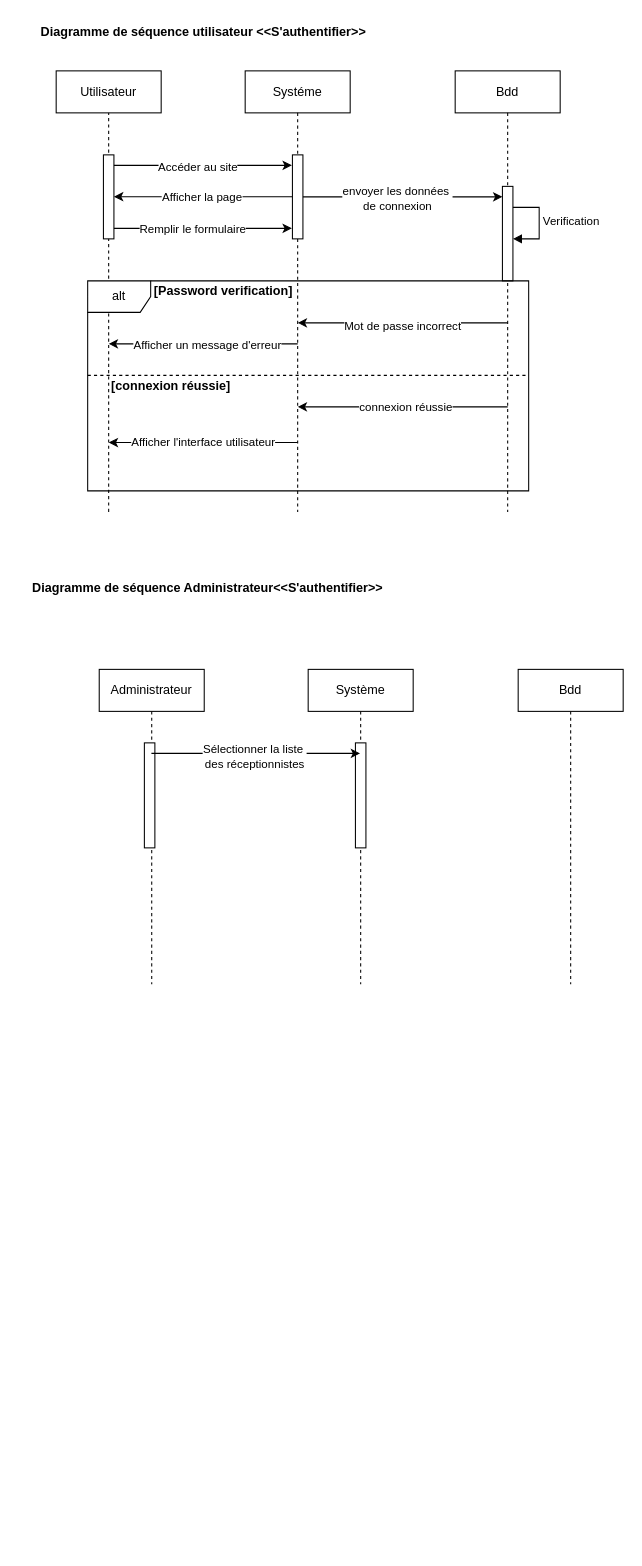
The draw.io diagram Untitled Diagram.drawio in islamhamdaoui/Radiology-system-diagrams, before the edit. Source tidied: cells renumbered, new cells numbered last; positions are measured from the earlier drawing's top-left corner, leaving out a move shared by most shapes. Both pictures are drawn from the tidied source at 105%, with x=0, y=0 at pixel (56, 18).
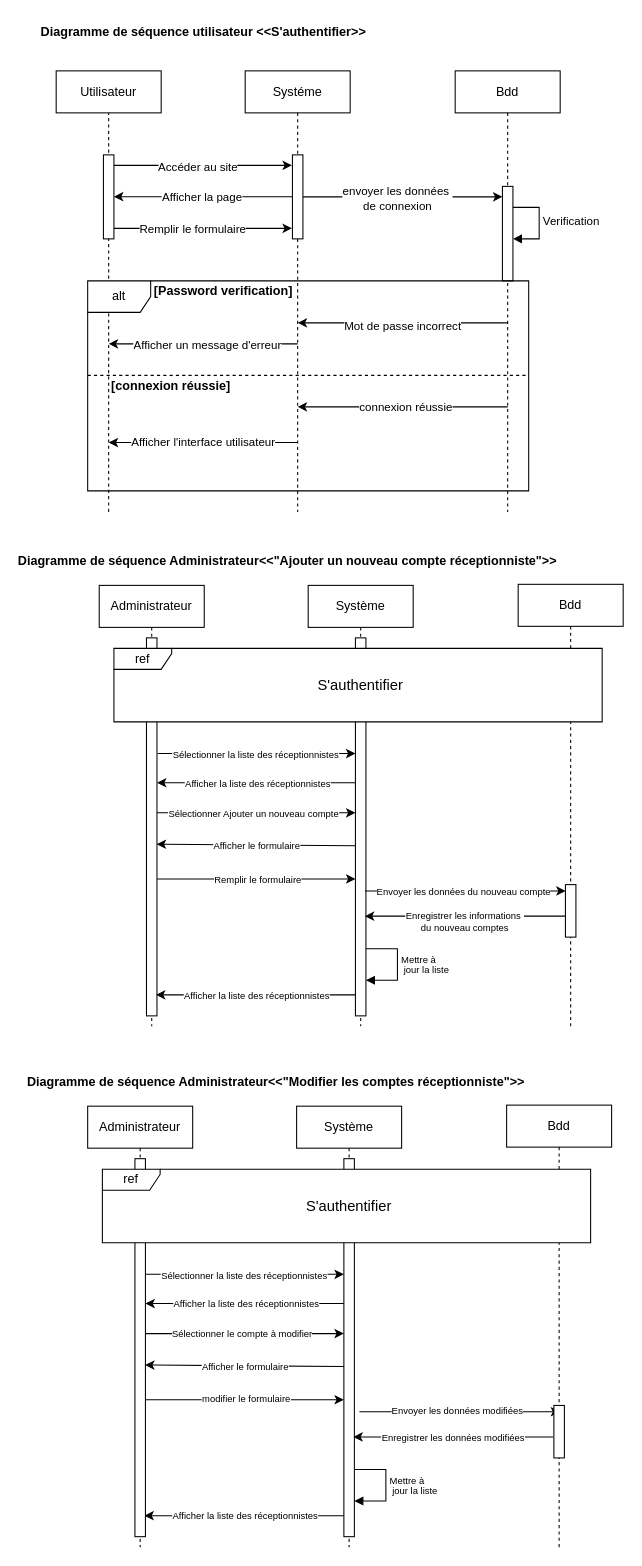
Above is the later version.

Change to the diagram source:
```diff
@@
-    <mxCell id="35" value="Diagramme de séquence Administrateur&amp;lt;&amp;lt;S'authentifier&amp;gt;&amp;gt;" style="text;align=center;fontStyle=1;verticalAlign=middle;spacingLeft=3;spacingRight=3;strokeColor=none;html=1;" parent="1" vertex="1">
-      <mxGeometry x="104" y="530" width="80" height="26" as="geometry" />
+    <mxCell id="35" value="Diagramme de séquence Administrateur&amp;lt;&amp;lt;&lt;span style=&quot;background-color: initial;&quot;&gt;&quot;Ajouter un nouveau compte réceptionniste&quot;&lt;/span&gt;&lt;span style=&quot;background-color: initial;&quot;&gt;&amp;gt;&amp;gt;&lt;/span&gt;" style="text;align=center;fontStyle=1;verticalAlign=middle;spacingLeft=3;spacingRight=3;strokeColor=none;html=1;" parent="1" vertex="1">
+      <mxGeometry x="180" y="504" width="80" height="26" as="geometry" />
     </mxCell>
     <mxCell id="36" value="Administrateur " style="shape=umlLifeline;perimeter=lifelinePerimeter;whiteSpace=wrap;html=1;newEdgeStyle={&quot;curved&quot;:0,&quot;rounded&quot;:0};" parent="1" vertex="1">
-      <mxGeometry x="41" y="620" width="100" height="300" as="geometry" />
+      <mxGeometry x="41" y="540" width="100" height="420" as="geometry" />
     </mxCell>
     <mxCell id="37" style="html=1;points=[[0,0,0,0,5],[0,1,0,0,-5],[1,0,0,0,5],[1,1,0,0,-5]];perimeter=orthogonalPerimeter;outlineConnect=0;targetShapes=umlLifeline;portConstraint=eastwest;newEdgeStyle={&quot;curved&quot;:0,&quot;rounded&quot;:0};" parent="36" vertex="1">
-      <mxGeometry x="43" y="70" width="10" height="100" as="geometry" />
+      <mxGeometry x="45" y="50" width="10" height="360" as="geometry" />
     </mxCell>
     <mxCell id="38" value="Bdd" style="shape=umlLifeline;perimeter=lifelinePerimeter;whiteSpace=wrap;html=1;newEdgeStyle={&quot;curved&quot;:0,&quot;rounded&quot;:0};" parent="1" vertex="1">
-      <mxGeometry x="440" y="620" width="100" height="300" as="geometry" />
+      <mxGeometry x="440" y="539" width="100" height="421" as="geometry" />
     </mxCell>
+    <mxCell id="43" style="html=1;perimeter=orthogonalPerimeter;targetShapes=umlLifeline;newEdgeStyle={&quot;curved&quot;:0,&quot;rounded&quot;:0};" parent="38" vertex="1">
+      <mxGeometry x="45" y="286" width="10" height="50" as="geometry" />
+    </mxCell>
     <mxCell id="39" value="Système  " style="shape=umlLifeline;perimeter=lifelinePerimeter;whiteSpace=wrap;html=1;newEdgeStyle={&quot;curved&quot;:0,&quot;rounded&quot;:0};" parent="1" vertex="1">
-      <mxGeometry x="240" y="620" width="100" height="300" as="geometry" />
+      <mxGeometry x="240" y="540" width="100" height="420" as="geometry" />
     </mxCell>
     <mxCell id="40" style="html=1;points=[[0,0,0,0,5],[0,1,0,0,-5],[1,0,0,0,5],[1,1,0,0,-5]];perimeter=orthogonalPerimeter;outlineConnect=0;targetShapes=umlLifeline;portConstraint=eastwest;newEdgeStyle={&quot;curved&quot;:0,&quot;rounded&quot;:0};" parent="39" vertex="1">
-      <mxGeometry x="45" y="70" width="10" height="100" as="geometry" />
+      <mxGeometry x="45" y="50" width="10" height="360" as="geometry" />
     </mxCell>
-    <mxCell id="41" style="endArrow=classic;html=1;rounded=0;" parent="1" edge="1">
-      <mxGeometry relative="1" as="geometry">
-        <mxPoint x="90.7" y="700" as="sourcePoint" />
-        <mxPoint x="289.5" y="700" as="targetPoint" />
-      </mxGeometry>
+    <mxCell id="41" style="endArrow=classic;html=1;rounded=0;exitX=1.062;exitY=0.306;exitDx=0;exitDy=0;exitPerimeter=0;" parent="1" edge="1" source="37" target="40">
+      <mxGeometry relative="1" as="geometry" />
     </mxCell>
-    <mxCell id="42" value="Sélectionner la liste&amp;nbsp;&lt;div&gt;des réceptionnistes&lt;/div&gt;" style="edgeLabel;html=1;align=center;verticalAlign=middle;" parent="41" vertex="1">
-      <mxGeometry x="-0.01" y="-2" relative="1" as="geometry" />
+    <mxCell id="42" value="&lt;font style=&quot;font-size: 9px;&quot;&gt;Sélectionner la liste&amp;nbsp;&lt;/font&gt;&lt;span style=&quot;font-size: 9px;&quot;&gt;des réceptionnistes&lt;/span&gt;" style="edgeLabel;html=1;align=center;verticalAlign=middle;" parent="41" vertex="1">
+      <mxGeometry x="-0.01" y="-2" relative="1" as="geometry">
+        <mxPoint y="-2" as="offset" />
+      </mxGeometry>
     </mxCell>
+    <mxCell id="44" style="endArrow=classic;html=1;rounded=0;" parent="1" edge="1" source="40">
+      <mxGeometry relative="1" as="geometry">
+        <mxPoint x="96" y="728" as="targetPoint" />
+      </mxGeometry>
+    </mxCell>
+    <mxCell id="45" value="&lt;font style=&quot;font-size: 9px;&quot;&gt;Afficher la liste&amp;nbsp;&lt;/font&gt;&lt;span style=&quot;font-size: 9px;&quot;&gt;des réceptionnistes&lt;/span&gt;" style="edgeLabel;html=1;align=center;verticalAlign=middle;" parent="44" vertex="1">
+      <mxGeometry x="0.08" y="1" relative="1" as="geometry">
+        <mxPoint x="8" y="-1" as="offset" />
+      </mxGeometry>
+    </mxCell>
+    <mxCell id="46" style="endArrow=classic;html=1;rounded=0;" parent="1" edge="1" source="37">
+      <mxGeometry relative="1" as="geometry">
+        <mxPoint x="285" y="756.6" as="targetPoint" />
+      </mxGeometry>
+    </mxCell>
+    <mxCell id="47" value="&lt;p style=&quot;margin-bottom: 0px; margin-top: 0px;&quot;&gt;&lt;font style=&quot;font-size: 9px;&quot;&gt;&lt;font style=&quot;&quot;&gt;Sélectionner Ajouter&lt;/font&gt;&amp;nbsp;un nouveau compte&lt;/font&gt;&lt;/p&gt;" style="edgeLabel;html=1;align=center;verticalAlign=middle;shadow=1;labelBackgroundColor=default;" parent="46" vertex="1">
+      <mxGeometry x="-0.11" relative="1" as="geometry">
+        <mxPoint x="7" as="offset" />
+      </mxGeometry>
+    </mxCell>
+    <mxCell id="48" style="endArrow=classic;html=1;rounded=0;entryX=0.537;entryY=0.587;entryDx=0;entryDy=0;entryPerimeter=0;" parent="1" edge="1">
+      <mxGeometry relative="1" as="geometry">
+        <mxPoint x="285.5" y="788" as="sourcePoint" />
+        <mxPoint x="95.7" y="786.5" as="targetPoint" />
+      </mxGeometry>
+    </mxCell>
+    <mxCell id="49" value="&lt;p&gt;&lt;font style=&quot;font-size: 9px;&quot;&gt;Afficher le formulaire&lt;/font&gt;&lt;/p&gt;" style="edgeLabel;html=1;align=center;verticalAlign=middle;" parent="48" vertex="1">
+      <mxGeometry x="0.08" y="1" relative="1" as="geometry">
+        <mxPoint x="7" y="-1" as="offset" />
+      </mxGeometry>
+    </mxCell>
+    <mxCell id="50" style="endArrow=classic;html=1;rounded=0;" parent="1" edge="1" source="37">
+      <mxGeometry relative="1" as="geometry">
+        <mxPoint x="285" y="819.6" as="targetPoint" />
+      </mxGeometry>
+    </mxCell>
+    <mxCell id="51" value="&lt;p&gt;&lt;font style=&quot;font-size: 9px;&quot;&gt;Remplir le formulaire&lt;/font&gt;&lt;/p&gt;" style="edgeLabel;html=1;align=center;verticalAlign=middle;shadow=1;" parent="50" vertex="1">
+      <mxGeometry x="-0.11" relative="1" as="geometry">
+        <mxPoint x="11" as="offset" />
+      </mxGeometry>
+    </mxCell>
+    <mxCell id="52" style="endArrow=classic;html=1;rounded=0;exitX=0.528;exitY=0.512;exitDx=0;exitDy=0;exitPerimeter=0;" parent="1" edge="1">
+      <mxGeometry relative="1" as="geometry">
+        <mxPoint x="294" y="831" as="sourcePoint" />
+        <mxPoint x="485.2" y="831" as="targetPoint" />
+      </mxGeometry>
+    </mxCell>
+    <mxCell id="53" value="&lt;p style=&quot;margin-bottom: 0px; margin-top: 0px;&quot;&gt;&lt;font&gt;&lt;font&gt;Envoyer les données&lt;/font&gt;&lt;/font&gt;&lt;span&gt;&amp;nbsp;du nouveau compte&lt;/span&gt;&lt;/p&gt;" style="edgeLabel;html=1;align=center;verticalAlign=middle;shadow=1;labelBackgroundColor=default;textShadow=0;spacing=0;fontSize=9;" parent="52" vertex="1">
+      <mxGeometry x="-0.11" relative="1" as="geometry">
+        <mxPoint x="8" as="offset" />
+      </mxGeometry>
+    </mxCell>
+    <mxCell id="54" style="endArrow=classic;html=1;rounded=0;" parent="1" edge="1">
+      <mxGeometry relative="1" as="geometry">
+        <mxPoint x="484.5" y="855" as="sourcePoint" />
+        <mxPoint x="294" y="855" as="targetPoint" />
+      </mxGeometry>
+    </mxCell>
+    <mxCell id="55" value="&lt;p style=&quot;line-height: 0%;&quot;&gt;&lt;font style=&quot;font-size: 9px;&quot;&gt;Enregistrer les informations&amp;nbsp;&lt;/font&gt;&lt;/p&gt;&lt;p style=&quot;margin-bottom: 0px; margin-top: 0px; line-height: 0%;&quot;&gt;&lt;font style=&quot;font-size: 9px;&quot;&gt;du nouveau comptes&lt;/font&gt;&lt;/p&gt;" style="edgeLabel;html=1;align=center;verticalAlign=middle;" parent="54" vertex="1">
+      <mxGeometry x="0.08" y="1" relative="1" as="geometry">
+        <mxPoint x="7" y="-1" as="offset" />
+      </mxGeometry>
+    </mxCell>
+    <mxCell id="56" value="ref" style="shape=umlFrame;whiteSpace=wrap;html=1;width=55;height=20;labelBackgroundColor=none;gradientColor=none;swimlaneFillColor=default;" parent="1" vertex="1">
+      <mxGeometry x="55" y="600" width="465" height="70" as="geometry" />
+    </mxCell>
+    <mxCell id="57" value="&lt;font style=&quot;font-size: 14px;&quot;&gt;S'authentifier&lt;/font&gt;" style="text;strokeColor=none;align=center;fillColor=none;html=1;verticalAlign=middle;whiteSpace=wrap;rounded=0;" parent="1" vertex="1">
+      <mxGeometry x="215" y="620" width="150" height="30" as="geometry" />
+    </mxCell>
+    <mxCell id="58" value="&lt;p style=&quot;margin-top: 0px; margin-bottom: 0px; line-height: 90%;&quot;&gt;&lt;font style=&quot;font-size: 9px; line-height: 90%;&quot;&gt;Mettre à&lt;/font&gt;&lt;/p&gt;&lt;p style=&quot;margin-top: 0px; margin-bottom: 0px; line-height: 90%;&quot;&gt;&lt;font style=&quot;font-size: 9px; line-height: 90%;&quot;&gt;&amp;nbsp;jour la liste&lt;/font&gt;&lt;/p&gt;" style="html=1;align=left;spacingLeft=2;endArrow=block;rounded=0;edgeStyle=orthogonalEdgeStyle;curved=0;rounded=0;" parent="1" edge="1">
+      <mxGeometry relative="1" as="geometry">
+        <mxPoint x="295" y="886" as="sourcePoint" />
+        <mxPoint x="295" y="916" as="targetPoint" />
+        <Array as="points">
+          <mxPoint x="325" y="886" />
+          <mxPoint x="325" y="916" />
+        </Array>
+      </mxGeometry>
+    </mxCell>
+    <mxCell id="59" style="endArrow=classic;html=1;rounded=0;" parent="1" edge="1">
+      <mxGeometry relative="1" as="geometry">
+        <mxPoint x="285.5" y="930" as="sourcePoint" />
+        <mxPoint x="95" y="930" as="targetPoint" />
+      </mxGeometry>
+    </mxCell>
+    <mxCell id="60" value="&lt;p style=&quot;margin-top: 0px; margin-bottom: 0px;&quot;&gt;&lt;font style=&quot;font-size: 9px;&quot;&gt;Afficher la liste des réceptionnistes&lt;/font&gt;&lt;/p&gt;" style="edgeLabel;html=1;align=center;verticalAlign=middle;" parent="59" vertex="1">
+      <mxGeometry x="0.08" y="1" relative="1" as="geometry">
+        <mxPoint x="8" y="-2" as="offset" />
+      </mxGeometry>
+    </mxCell>
+    <mxCell id="61" style="endArrow=classic;html=1;rounded=0;exitX=1.062;exitY=0.306;exitDx=0;exitDy=0;exitPerimeter=0;" parent="1" edge="1" source="80" target="84">
+      <mxGeometry relative="1" as="geometry" />
+    </mxCell>
+    <mxCell id="62" value="&lt;font style=&quot;font-size: 9px;&quot;&gt;Sélectionner la liste&amp;nbsp;&lt;/font&gt;&lt;span style=&quot;font-size: 9px;&quot;&gt;des réceptionnistes&lt;/span&gt;" style="edgeLabel;html=1;align=center;verticalAlign=middle;" parent="61" vertex="1">
+      <mxGeometry x="-0.01" y="-2" relative="1" as="geometry">
+        <mxPoint y="-2" as="offset" />
+      </mxGeometry>
+    </mxCell>
+    <mxCell id="63" style="endArrow=classic;html=1;rounded=0;" parent="1" edge="1" source="84">
+      <mxGeometry relative="1" as="geometry">
+        <mxPoint x="85" y="1224" as="targetPoint" />
+      </mxGeometry>
+    </mxCell>
+    <mxCell id="64" value="&lt;font style=&quot;font-size: 9px;&quot;&gt;Afficher la liste&amp;nbsp;&lt;/font&gt;&lt;span style=&quot;font-size: 9px;&quot;&gt;des réceptionnistes&lt;/span&gt;" style="edgeLabel;html=1;align=center;verticalAlign=middle;" parent="63" vertex="1">
+      <mxGeometry x="0.08" y="1" relative="1" as="geometry">
+        <mxPoint x="8" y="-2" as="offset" />
+      </mxGeometry>
+    </mxCell>
+    <mxCell id="65" style="endArrow=classic;html=1;rounded=0;" parent="1" edge="1" source="80">
+      <mxGeometry relative="1" as="geometry">
+        <mxPoint x="274" y="1252.6" as="targetPoint" />
+      </mxGeometry>
+    </mxCell>
+    <mxCell id="66" value="&lt;p style=&quot;margin-top: 0px; margin-bottom: 0px;&quot;&gt;&lt;font style=&quot;font-size: 9px;&quot;&gt;Sélectionner le compte à modifier&lt;/font&gt;&lt;/p&gt;" style="edgeLabel;html=1;align=center;verticalAlign=middle;shadow=1;labelBackgroundColor=default;" parent="65" vertex="1">
+      <mxGeometry x="-0.11" relative="1" as="geometry">
+        <mxPoint x="7" y="-1" as="offset" />
+      </mxGeometry>
+    </mxCell>
+    <mxCell id="67" style="endArrow=classic;html=1;rounded=0;entryX=0.537;entryY=0.587;entryDx=0;entryDy=0;entryPerimeter=0;" parent="1" edge="1">
+      <mxGeometry relative="1" as="geometry">
+        <mxPoint x="274.5" y="1284" as="sourcePoint" />
+        <mxPoint x="84.7" y="1282.5" as="targetPoint" />
+      </mxGeometry>
+    </mxCell>
+    <mxCell id="68" value="&lt;p&gt;&lt;font style=&quot;font-size: 9px;&quot;&gt;Afficher le formulaire&lt;/font&gt;&lt;/p&gt;" style="edgeLabel;html=1;align=center;verticalAlign=middle;" parent="67" vertex="1">
+      <mxGeometry x="0.08" y="1" relative="1" as="geometry">
+        <mxPoint x="7" y="-1" as="offset" />
+      </mxGeometry>
+    </mxCell>
+    <mxCell id="69" style="endArrow=classic;html=1;rounded=0;" parent="1" edge="1" source="80">
+      <mxGeometry relative="1" as="geometry">
+        <mxPoint x="274" y="1315.6" as="targetPoint" />
+      </mxGeometry>
+    </mxCell>
+    <mxCell id="70" value="&lt;p style=&quot;margin-top: 0px; margin-bottom: 0px;&quot;&gt;&lt;font style=&quot;font-size: 9px;&quot;&gt;modifier le formulaire&lt;/font&gt;&lt;/p&gt;" style="edgeLabel;html=1;align=center;verticalAlign=middle;shadow=1;" parent="69" vertex="1">
+      <mxGeometry x="-0.11" relative="1" as="geometry">
+        <mxPoint x="11" y="-2" as="offset" />
+      </mxGeometry>
+    </mxCell>
+    <mxCell id="71" style="endArrow=classic;html=1;rounded=0;exitX=0.528;exitY=0.512;exitDx=0;exitDy=0;exitPerimeter=0;" parent="1" edge="1">
+      <mxGeometry relative="1" as="geometry">
+        <mxPoint x="288.8" y="1327" as="sourcePoint" />
+        <mxPoint x="480" y="1327" as="targetPoint" />
+      </mxGeometry>
+    </mxCell>
+    <mxCell id="72" value="&lt;p style=&quot;margin-top: 0px; margin-bottom: 0px;&quot;&gt;Envoyer les données modifiées&lt;/p&gt;" style="edgeLabel;html=1;align=center;verticalAlign=middle;shadow=1;labelBackgroundColor=default;textShadow=0;spacing=0;fontSize=9;" parent="71" vertex="1">
+      <mxGeometry x="-0.11" relative="1" as="geometry">
+        <mxPoint x="8" y="-1" as="offset" />
+      </mxGeometry>
+    </mxCell>
+    <mxCell id="73" style="endArrow=classic;html=1;rounded=0;" parent="1" edge="1">
+      <mxGeometry relative="1" as="geometry">
+        <mxPoint x="473.5" y="1351" as="sourcePoint" />
+        <mxPoint x="283" y="1351" as="targetPoint" />
+      </mxGeometry>
+    </mxCell>
+    <mxCell id="74" value="&lt;p style=&quot;margin-bottom: 0px; margin-top: 0px;&quot;&gt;&lt;font style=&quot;font-size: 9px;&quot;&gt;Enregistrer les données modifiées&lt;/font&gt;&lt;/p&gt;" style="edgeLabel;html=1;align=center;verticalAlign=middle;" parent="73" vertex="1">
+      <mxGeometry x="0.08" y="1" relative="1" as="geometry">
+        <mxPoint x="7" y="-2" as="offset" />
+      </mxGeometry>
+    </mxCell>
+    <mxCell id="75" value="&lt;p style=&quot;margin-top: 0px; margin-bottom: 0px; line-height: 90%;&quot;&gt;&lt;font style=&quot;font-size: 9px; line-height: 90%;&quot;&gt;Mettre à&lt;/font&gt;&lt;/p&gt;&lt;p style=&quot;margin-top: 0px; margin-bottom: 0px; line-height: 90%;&quot;&gt;&lt;font style=&quot;font-size: 9px; line-height: 90%;&quot;&gt;&amp;nbsp;jour la liste&lt;/font&gt;&lt;/p&gt;" style="html=1;align=left;spacingLeft=2;endArrow=block;rounded=0;edgeStyle=orthogonalEdgeStyle;curved=0;rounded=0;" parent="1" edge="1">
+      <mxGeometry relative="1" as="geometry">
+        <mxPoint x="284" y="1382" as="sourcePoint" />
+        <mxPoint x="284" y="1412" as="targetPoint" />
+        <Array as="points">
+          <mxPoint x="314" y="1382" />
+          <mxPoint x="314" y="1412" />
+        </Array>
+      </mxGeometry>
+    </mxCell>
+    <mxCell id="76" style="endArrow=classic;html=1;rounded=0;" parent="1" edge="1">
+      <mxGeometry relative="1" as="geometry">
+        <mxPoint x="274.5" y="1426" as="sourcePoint" />
+        <mxPoint x="84" y="1426" as="targetPoint" />
+      </mxGeometry>
+    </mxCell>
+    <mxCell id="77" value="&lt;p style=&quot;margin-top: 0px; margin-bottom: 0px;&quot;&gt;&lt;font style=&quot;font-size: 9px;&quot;&gt;Afficher la liste des réceptionnistes&lt;/font&gt;&lt;/p&gt;" style="edgeLabel;html=1;align=center;verticalAlign=middle;" parent="76" vertex="1">
+      <mxGeometry x="0.08" y="1" relative="1" as="geometry">
+        <mxPoint x="8" y="-2" as="offset" />
+      </mxGeometry>
+    </mxCell>
+    <mxCell id="78" value="Diagramme de séquence Administrateur&amp;lt;&amp;lt;&lt;span style=&quot;background-color: initial;&quot;&gt;&quot;Modifier les comptes réceptionniste&quot;&lt;/span&gt;&lt;span style=&quot;background-color: initial;&quot;&gt;&amp;gt;&amp;gt;&lt;/span&gt;" style="text;align=center;fontStyle=1;verticalAlign=middle;spacingLeft=3;spacingRight=3;strokeColor=none;html=1;" parent="1" vertex="1">
+      <mxGeometry x="169" y="1000" width="80" height="26" as="geometry" />
+    </mxCell>
+    <mxCell id="79" value="Administrateur " style="shape=umlLifeline;perimeter=lifelinePerimeter;whiteSpace=wrap;html=1;newEdgeStyle={&quot;curved&quot;:0,&quot;rounded&quot;:0};" parent="1" vertex="1">
+      <mxGeometry x="30" y="1036" width="100" height="420" as="geometry" />
+    </mxCell>
+    <mxCell id="80" style="html=1;points=[[0,0,0,0,5],[0,1,0,0,-5],[1,0,0,0,5],[1,1,0,0,-5]];perimeter=orthogonalPerimeter;outlineConnect=0;targetShapes=umlLifeline;portConstraint=eastwest;newEdgeStyle={&quot;curved&quot;:0,&quot;rounded&quot;:0};" parent="79" vertex="1">
+      <mxGeometry x="45" y="50" width="10" height="360" as="geometry" />
+    </mxCell>
+    <mxCell id="81" value="Bdd" style="shape=umlLifeline;perimeter=lifelinePerimeter;whiteSpace=wrap;html=1;newEdgeStyle={&quot;curved&quot;:0,&quot;rounded&quot;:0};" parent="1" vertex="1">
+      <mxGeometry x="429" y="1035" width="100" height="421" as="geometry" />
+    </mxCell>
+    <mxCell id="82" style="html=1;perimeter=orthogonalPerimeter;targetShapes=umlLifeline;newEdgeStyle={&quot;curved&quot;:0,&quot;rounded&quot;:0};" parent="81" vertex="1">
+      <mxGeometry x="45" y="286" width="10" height="50" as="geometry" />
+    </mxCell>
+    <mxCell id="83" value="Système  " style="shape=umlLifeline;perimeter=lifelinePerimeter;whiteSpace=wrap;html=1;newEdgeStyle={&quot;curved&quot;:0,&quot;rounded&quot;:0};" parent="1" vertex="1">
+      <mxGeometry x="229" y="1036" width="100" height="420" as="geometry" />
+    </mxCell>
+    <mxCell id="84" style="html=1;points=[[0,0,0,0,5],[0,1,0,0,-5],[1,0,0,0,5],[1,1,0,0,-5]];perimeter=orthogonalPerimeter;outlineConnect=0;targetShapes=umlLifeline;portConstraint=eastwest;newEdgeStyle={&quot;curved&quot;:0,&quot;rounded&quot;:0};" parent="83" vertex="1">
+      <mxGeometry x="45" y="50" width="10" height="360" as="geometry" />
+    </mxCell>
+    <mxCell id="85" value="ref" style="shape=umlFrame;whiteSpace=wrap;html=1;width=55;height=20;labelBackgroundColor=none;gradientColor=none;swimlaneFillColor=default;" parent="1" vertex="1">
+      <mxGeometry x="44" y="1096" width="465" height="70" as="geometry" />
+    </mxCell>
+    <mxCell id="86" value="&lt;font style=&quot;font-size: 14px;&quot;&gt;S'authentifier&lt;/font&gt;" style="text;strokeColor=none;align=center;fillColor=none;html=1;verticalAlign=middle;whiteSpace=wrap;rounded=0;" parent="1" vertex="1">
+      <mxGeometry x="204" y="1116" width="150" height="30" as="geometry" />
+    </mxCell>
```
